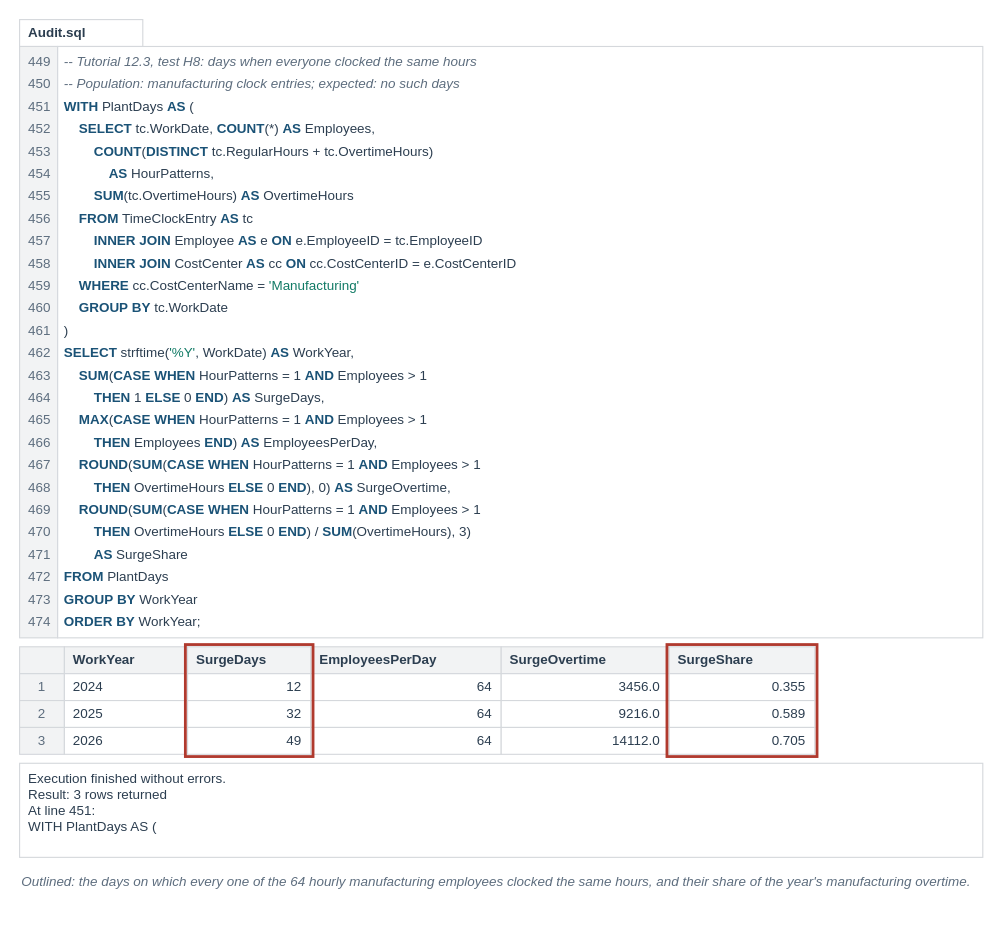
mmcodesso/Accounting_Analytics_Book keeps this draw.io diagram as visuals/src/fig-12-08-surge-days.drawio. Above is the earlier version. Source tidied: cells renumbered, new cells numbered last; positions are measured from the earlier drawing's top-left corner, leaving out a move shared by most shapes. Both pictures are drawn from the tidied source at 112%, with x=0, y=0 at pixel (19, 19).
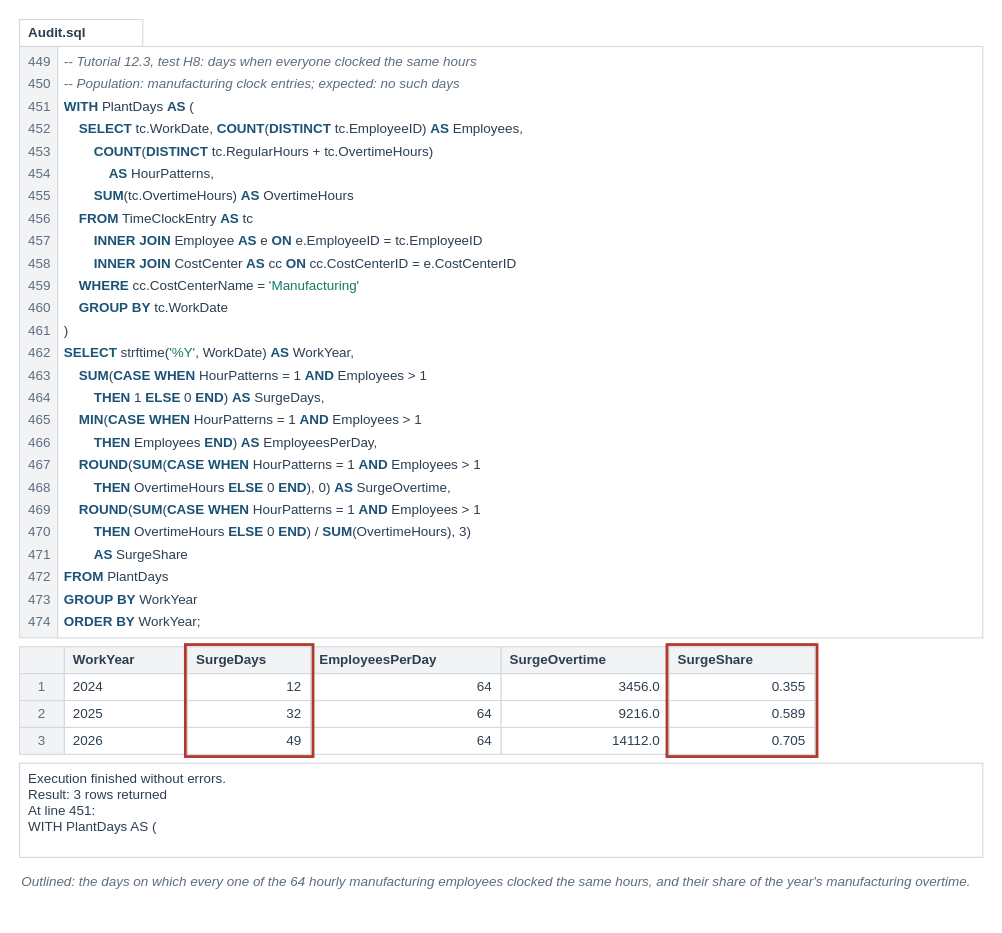
The same diagram, later.

The edit, as a diff of the source:
```diff
@@
-    <mxCell id="13" value="&amp;nbsp;&amp;nbsp;&amp;nbsp;&amp;nbsp;&lt;b&gt;&lt;font color=&quot;#1A5276&quot;&gt;SELECT&lt;/font&gt;&lt;/b&gt;&amp;nbsp;tc.WorkDate,&amp;nbsp;&lt;b&gt;&lt;font color=&quot;#1A5276&quot;&gt;COUNT&lt;/font&gt;&lt;/b&gt;(*)&amp;nbsp;&lt;b&gt;&lt;font color=&quot;#1A5276&quot;&gt;AS&lt;/font&gt;&lt;/b&gt;&amp;nbsp;Employees," style="text;html=1;whiteSpace=wrap;align=left;verticalAlign=middle;fontSize=12;fontColor=#2C3E50;fontStyle=0;fontFamily=Helvetica;spacing=2;fillColor=none;strokeColor=none;" parent="1" vertex="1">
+    <mxCell id="13" value="&amp;nbsp;&amp;nbsp;&amp;nbsp;&amp;nbsp;&lt;b&gt;&lt;font color=&quot;#1A5276&quot;&gt;SELECT&lt;/font&gt;&lt;/b&gt;&amp;nbsp;tc.WorkDate,&amp;nbsp;&lt;b&gt;&lt;font color=&quot;#1A5276&quot;&gt;COUNT&lt;/font&gt;&lt;/b&gt;(&lt;b&gt;&lt;font color=&quot;#1A5276&quot;&gt;DISTINCT&lt;/font&gt;&lt;/b&gt;&amp;nbsp;tc.EmployeeID)&amp;nbsp;&lt;b&gt;&lt;font color=&quot;#1A5276&quot;&gt;AS&lt;/font&gt;&lt;/b&gt;&amp;nbsp;Employees," style="text;html=1;whiteSpace=wrap;align=left;verticalAlign=middle;fontSize=12;fontColor=#2C3E50;fontStyle=0;fontFamily=Helvetica;spacing=2;fillColor=none;strokeColor=none;" parent="1" vertex="1">
       <mxGeometry x="38" y="88" width="818" height="20" as="geometry" />
     </mxCell>
@@
-    <mxCell id="39" value="&amp;nbsp;&amp;nbsp;&amp;nbsp;&amp;nbsp;&lt;b&gt;&lt;font color=&quot;#1A5276&quot;&gt;MAX&lt;/font&gt;&lt;/b&gt;(&lt;b&gt;&lt;font color=&quot;#1A5276&quot;&gt;CASE&lt;/font&gt;&lt;/b&gt;&amp;nbsp;&lt;b&gt;&lt;font color=&quot;#1A5276&quot;&gt;WHEN&lt;/font&gt;&lt;/b&gt;&amp;nbsp;HourPatterns&amp;nbsp;=&amp;nbsp;1&amp;nbsp;&lt;b&gt;&lt;font color=&quot;#1A5276&quot;&gt;AND&lt;/font&gt;&lt;/b&gt;&amp;nbsp;Employees&amp;nbsp;&amp;gt;&amp;nbsp;1" style="text;html=1;whiteSpace=wrap;align=left;verticalAlign=middle;fontSize=12;fontColor=#2C3E50;fontStyle=0;fontFamily=Helvetica;spacing=2;fillColor=none;strokeColor=none;" parent="1" vertex="1">
+    <mxCell id="39" value="&amp;nbsp;&amp;nbsp;&amp;nbsp;&amp;nbsp;&lt;b&gt;&lt;font color=&quot;#1A5276&quot;&gt;MIN&lt;/font&gt;&lt;/b&gt;(&lt;b&gt;&lt;font color=&quot;#1A5276&quot;&gt;CASE&lt;/font&gt;&lt;/b&gt;&amp;nbsp;&lt;b&gt;&lt;font color=&quot;#1A5276&quot;&gt;WHEN&lt;/font&gt;&lt;/b&gt;&amp;nbsp;HourPatterns&amp;nbsp;=&amp;nbsp;1&amp;nbsp;&lt;b&gt;&lt;font color=&quot;#1A5276&quot;&gt;AND&lt;/font&gt;&lt;/b&gt;&amp;nbsp;Employees&amp;nbsp;&amp;gt;&amp;nbsp;1" style="text;html=1;whiteSpace=wrap;align=left;verticalAlign=middle;fontSize=12;fontColor=#2C3E50;fontStyle=0;fontFamily=Helvetica;spacing=2;fillColor=none;strokeColor=none;" parent="1" vertex="1">
       <mxGeometry x="38" y="348" width="818" height="20" as="geometry" />
     </mxCell>
```
